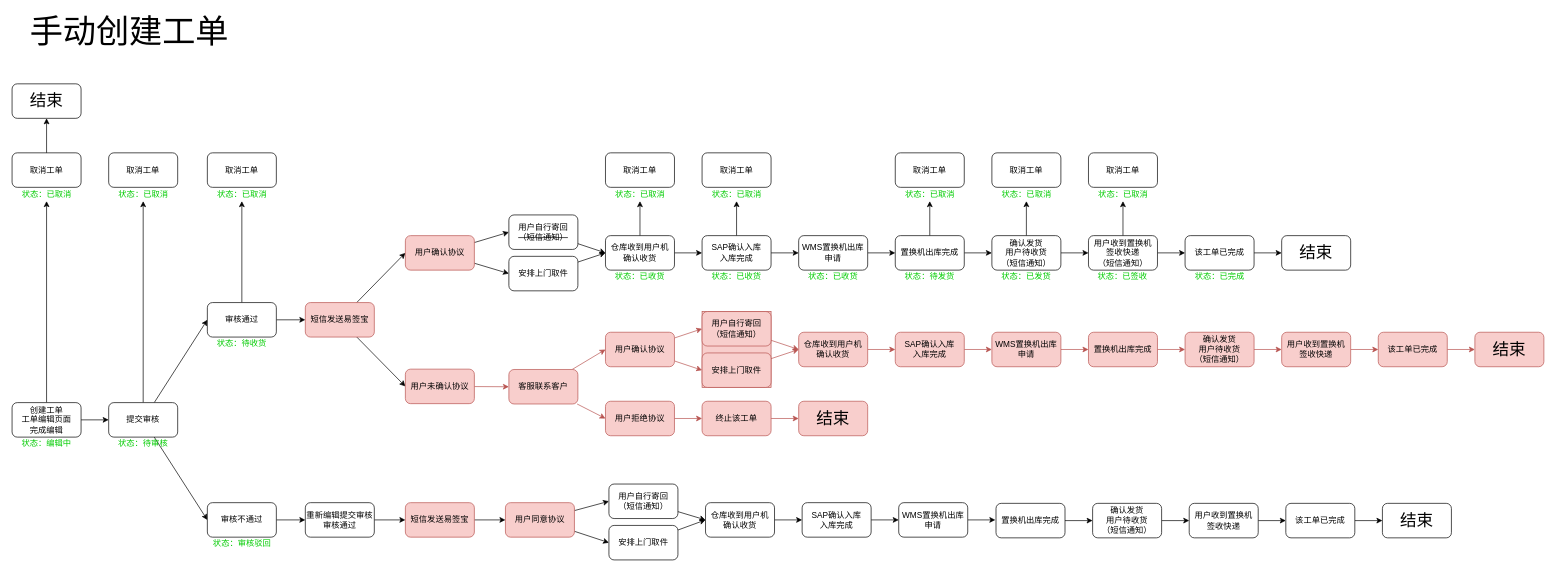
ErbanZ/DOG keeps this draw.io diagram as 场景.drawio. Above is the earlier version. Source tidied: cells renumbered, new cells numbered last; positions are measured from the earlier drawing's top-left corner, leaving out a move shared by most shapes. Both pictures are drawn from the tidied source at 69%, with x=0, y=0 at pixel (12, 14).
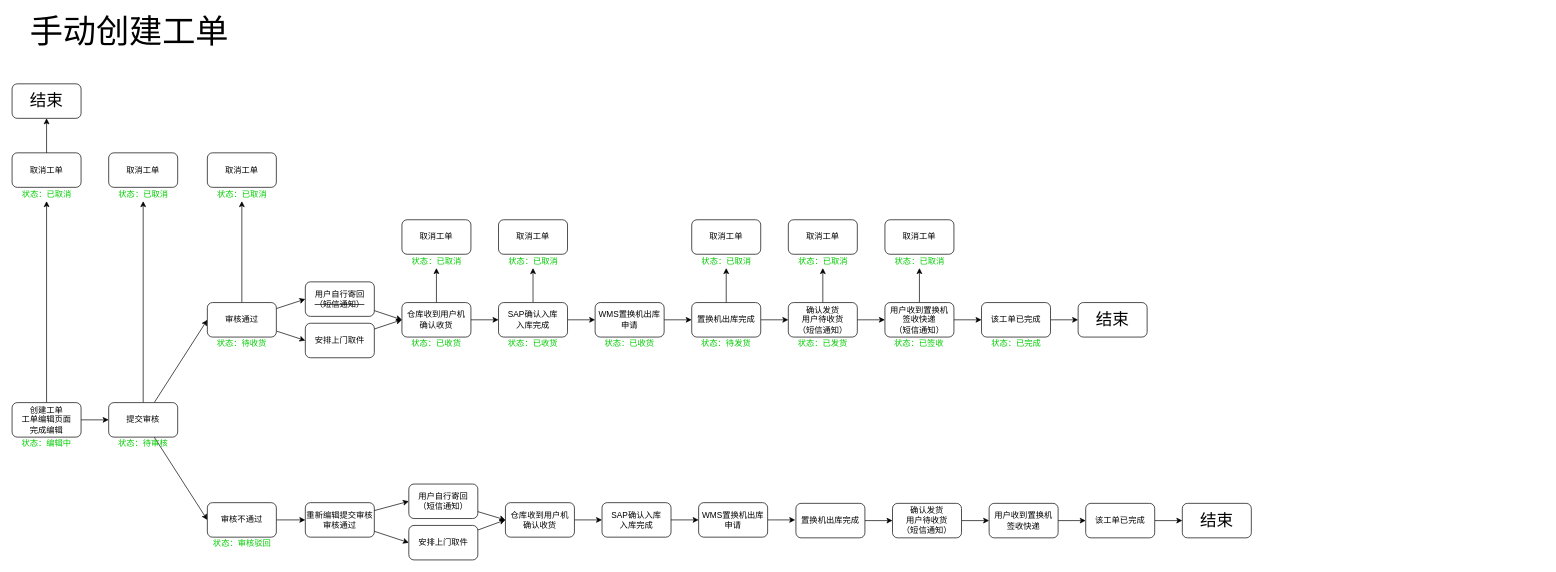
The same page after the edit.

The change refers to these unchanged cells:
```xml
<mxCell id="12" value="审核通过" style="rounded=1;whiteSpace=wrap;html=1;" parent="1" vertex="1">
  <mxGeometry x="283" y="417" width="100" height="50" as="geometry" />
</mxCell>
<mxCell id="23" value="用户自行寄回&lt;br&gt;&lt;strike&gt;（短信通知）&lt;/strike&gt;" style="rounded=1;whiteSpace=wrap;html=1;" parent="22" vertex="1">
  <mxGeometry width="100" height="50" as="geometry" />
</mxCell>
<mxCell id="24" value="安排上门取件" style="rounded=1;whiteSpace=wrap;html=1;" parent="22" vertex="1">
  <mxGeometry y="60" width="100" height="50" as="geometry" />
</mxCell>
<mxCell id="38" value="重新编辑提交审核&lt;br&gt;审核通过" style="rounded=1;whiteSpace=wrap;html=1;" parent="1" vertex="1">
  <mxGeometry x="425" y="707" width="100" height="50" as="geometry" />
</mxCell>
<mxCell id="47" value="用户自行寄回&lt;br&gt;（短信通知）" style="rounded=1;whiteSpace=wrap;html=1;" parent="46" vertex="1">
  <mxGeometry width="100" height="50" as="geometry" />
</mxCell>
<mxCell id="48" value="安排上门取件" style="rounded=1;whiteSpace=wrap;html=1;" parent="46" vertex="1">
  <mxGeometry y="60" width="100" height="50" as="geometry" />
</mxCell>
```

The edit, as a diff of the source:
```diff
@@
-    <mxCell id="10" style="edgeStyle=none;rounded=0;jettySize=auto;html=1;entryX=0;entryY=0.5;entryDx=0;entryDy=0;" parent="1" edge="1" source="12" target="15">
-      <mxGeometry relative="1" as="geometry" />
-    </mxCell>
@@
+    <mxCell id="143" style="edgeStyle=none;rounded=0;jettySize=auto;html=1;entryX=0;entryY=0.5;entryDx=0;entryDy=0;" parent="1" edge="1" source="12" target="23">
+      <mxGeometry relative="1" as="geometry" />
+    </mxCell>
+    <mxCell id="144" style="edgeStyle=none;rounded=0;jettySize=auto;html=1;entryX=0;entryY=0.5;entryDx=0;entryDy=0;" parent="1" edge="1" source="12" target="24">
+      <mxGeometry relative="1" as="geometry" />
+    </mxCell>
@@
-    <mxCell id="13" style="edgeStyle=none;rounded=0;jettySize=auto;html=1;entryX=0;entryY=0.5;entryDx=0;entryDy=0;" parent="1" edge="1" source="15" target="18">
-      <mxGeometry relative="1" as="geometry" />
-    </mxCell>
-    <mxCell id="14" style="edgeStyle=none;rounded=0;jettySize=auto;html=1;entryX=0;entryY=0.5;entryDx=0;entryDy=0;" parent="1" edge="1" source="15" target="54">
-      <mxGeometry relative="1" as="geometry" />
-    </mxCell>
-    <mxCell id="15" value="短信发送易签宝" style="rounded=1;whiteSpace=wrap;html=1;fillColor=#f8cecc;strokeColor=#b85450;" parent="1" vertex="1">
-      <mxGeometry x="425" y="417" width="100" height="50" as="geometry" />
-    </mxCell>
-    <mxCell id="16" style="edgeStyle=none;rounded=0;jettySize=auto;html=1;entryX=0;entryY=0.5;entryDx=0;entryDy=0;" parent="1" edge="1" source="18" target="23">
-      <mxGeometry relative="1" as="geometry" />
-    </mxCell>
-    <mxCell id="17" style="edgeStyle=none;rounded=0;jettySize=auto;html=1;entryX=0;entryY=0.5;entryDx=0;entryDy=0;" parent="1" edge="1" source="18" target="24">
-      <mxGeometry relative="1" as="geometry" />
-    </mxCell>
-    <mxCell id="18" value="用户确认协议" style="rounded=1;whiteSpace=wrap;html=1;fillColor=#f8cecc;strokeColor=#b85450;" parent="1" vertex="1">
-      <mxGeometry x="570" y="320" width="100" height="50" as="geometry" />
-    </mxCell>
@@
     <mxCell id="21" value="仓库收到用户机&lt;br&gt;确认收货" style="rounded=1;whiteSpace=wrap;html=1;" parent="1" vertex="1">
-      <mxGeometry x="860" y="320" width="100" height="50" as="geometry" />
+      <mxGeometry x="565" y="417" width="100" height="50" as="geometry" />
     </mxCell>
     <mxCell id="22" style="group;" parent="1" vertex="1">
-      <mxGeometry x="720" y="290" width="100" height="110" as="geometry" />
+      <mxGeometry x="425" y="387" width="100" height="110" as="geometry" />
     </mxCell>
@@
     <mxCell id="27" value="SAP确认入库&lt;br&gt;入库完成" style="rounded=1;whiteSpace=wrap;html=1;" parent="1" vertex="1">
-      <mxGeometry x="1000" y="320" width="100" height="50" as="geometry" />
+      <mxGeometry x="705" y="417" width="100" height="50" as="geometry" />
     </mxCell>
     <mxCell id="28" style="edgeStyle=none;rounded=0;jettySize=auto;html=1;entryX=0;entryY=0.5;entryDx=0;entryDy=0;" parent="1" edge="1" source="29">
       <mxGeometry relative="1" as="geometry">
-        <mxPoint x="1280" y="345" as="targetPoint" />
+        <mxPoint x="985" y="442" as="targetPoint" />
       </mxGeometry>
     </mxCell>
     <mxCell id="29" value="WMS置换机出库申请" style="rounded=1;whiteSpace=wrap;html=1;" parent="1" vertex="1">
-      <mxGeometry x="1140" y="320" width="100" height="50" as="geometry" />
+      <mxGeometry x="845" y="417" width="100" height="50" as="geometry" />
     </mxCell>
@@
     <mxCell id="32" value="用户收到置换机&lt;br&gt;签收快递&lt;br&gt;（短信通知）" style="rounded=1;whiteSpace=wrap;html=1;" parent="1" vertex="1">
-      <mxGeometry x="1560" y="320" width="100" height="50" as="geometry" />
+      <mxGeometry x="1265" y="417" width="100" height="50" as="geometry" />
     </mxCell>
@@
     <mxCell id="34" value="该工单已完成" style="rounded=1;whiteSpace=wrap;html=1;" parent="1" vertex="1">
-      <mxGeometry x="1700" y="320" width="100" height="50" as="geometry" />
+      <mxGeometry x="1405" y="417" width="100" height="50" as="geometry" />
     </mxCell>
@@
-    <mxCell id="37" style="edgeStyle=none;rounded=0;jettySize=auto;html=1;entryX=0;entryY=0.5;entryDx=0;entryDy=0;" parent="1" edge="1" source="38" target="40">
-      <mxGeometry relative="1" as="geometry" />
-    </mxCell>
@@
-    <mxCell id="39" style="edgeStyle=none;rounded=0;jettySize=auto;html=1;entryX=0;entryY=0.5;entryDx=0;entryDy=0;" parent="1" edge="1" source="40" target="43">
-      <mxGeometry relative="1" as="geometry" />
-    </mxCell>
-    <mxCell id="40" value="短信发送易签宝" style="rounded=1;whiteSpace=wrap;html=1;fillColor=#f8cecc;strokeColor=#b85450;" parent="1" vertex="1">
-      <mxGeometry x="570" y="707" width="100" height="50" as="geometry" />
-    </mxCell>
-    <mxCell id="41" style="edgeStyle=none;rounded=0;jettySize=auto;html=1;entryX=0;entryY=0.5;entryDx=0;entryDy=0;" parent="1" edge="1" source="43" target="47">
-      <mxGeometry relative="1" as="geometry" />
+    <mxCell id="41" style="edgeStyle=none;rounded=0;jettySize=auto;html=1;entryX=0;entryY=0.5;entryDx=0;entryDy=0;" parent="1" edge="1" target="47">
+      <mxGeometry relative="1" as="geometry">
+        <mxPoint x="525" y="718.5" as="sourcePoint" />
+      </mxGeometry>
     </mxCell>
-    <mxCell id="42" style="edgeStyle=none;rounded=0;jettySize=auto;html=1;entryX=0;entryY=0.5;entryDx=0;entryDy=0;" parent="1" edge="1" source="43" target="48">
-      <mxGeometry relative="1" as="geometry" />
+    <mxCell id="42" style="edgeStyle=none;rounded=0;jettySize=auto;html=1;entryX=0;entryY=0.5;entryDx=0;entryDy=0;" parent="1" edge="1" target="48">
+      <mxGeometry relative="1" as="geometry">
+        <mxPoint x="525" y="748.5" as="sourcePoint" />
+      </mxGeometry>
     </mxCell>
-    <mxCell id="43" value="用户同意协议" style="rounded=1;whiteSpace=wrap;html=1;fillColor=#f8cecc;strokeColor=#b85450;" parent="1" vertex="1">
-      <mxGeometry x="715" y="707" width="100" height="50" as="geometry" />
-    </mxCell>
@@
     <mxCell id="45" value="仓库收到用户机&lt;br&gt;确认收货" style="rounded=1;whiteSpace=wrap;html=1;" parent="1" vertex="1">
-      <mxGeometry x="1005" y="707" width="100" height="50" as="geometry" />
+      <mxGeometry x="715" y="707" width="100" height="50" as="geometry" />
     </mxCell>
     <mxCell id="46" style="group;" parent="1" vertex="1">
-      <mxGeometry x="865" y="680" width="100" height="110" as="geometry" />
+      <mxGeometry x="575" y="680" width="100" height="110" as="geometry" />
     </mxCell>
@@
     <mxCell id="50" value="SAP确认入库&lt;br&gt;入库完成" style="rounded=1;whiteSpace=wrap;html=1;" parent="1" vertex="1">
-      <mxGeometry x="1145" y="707" width="100" height="50" as="geometry" />
+      <mxGeometry x="855" y="707" width="100" height="50" as="geometry" />
     </mxCell>
     <mxCell id="51" style="edgeStyle=none;rounded=0;orthogonalLoop=1;jettySize=auto;html=1;entryX=0;entryY=0.5;entryDx=0;entryDy=0;" parent="1" edge="1">
       <mxGeometry relative="1" as="geometry">
-        <mxPoint x="1385" y="732" as="sourcePoint" />
-        <mxPoint x="1425" y="732" as="targetPoint" />
+        <mxPoint x="1095" y="732" as="sourcePoint" />
+        <mxPoint x="1135" y="732" as="targetPoint" />
       </mxGeometry>
     </mxCell>
     <mxCell id="52" value="WMS置换机出库申请" style="rounded=1;whiteSpace=wrap;html=1;" parent="1" vertex="1">
-      <mxGeometry x="1285" y="707" width="100" height="50" as="geometry" />
+      <mxGeometry x="995" y="707" width="100" height="50" as="geometry" />
     </mxCell>
-    <mxCell id="53" style="edgeStyle=none;rounded=0;jettySize=auto;html=1;entryX=0;entryY=0.5;entryDx=0;entryDy=0;fillColor=#f8cecc;strokeColor=#b85450;" parent="1" edge="1" source="54" target="57">
-      <mxGeometry relative="1" as="geometry" />
-    </mxCell>
-    <mxCell id="54" value="用户未确认协议" style="rounded=1;whiteSpace=wrap;html=1;fillColor=#f8cecc;strokeColor=#b85450;" parent="1" vertex="1">
-      <mxGeometry x="570" y="513.5" width="100" height="50" as="geometry" />
-    </mxCell>
-    <mxCell id="55" style="edgeStyle=none;rounded=0;jettySize=auto;html=1;entryX=0;entryY=0.5;entryDx=0;entryDy=0;fillColor=#f8cecc;strokeColor=#b85450;" parent="1" edge="1" source="57" target="64">
-      <mxGeometry relative="1" as="geometry" />
-    </mxCell>
-    <mxCell id="56" style="edgeStyle=none;rounded=0;jettySize=auto;html=1;entryX=0;entryY=0.5;entryDx=0;entryDy=0;fillColor=#f8cecc;strokeColor=#b85450;" parent="1" edge="1" source="57" target="66">
-      <mxGeometry relative="1" as="geometry" />
-    </mxCell>
-    <mxCell id="57" value="客服联系客户" style="rounded=1;whiteSpace=wrap;html=1;fillColor=#f8cecc;strokeColor=#b85450;" parent="1" vertex="1">
-      <mxGeometry x="720" y="514" width="100" height="50" as="geometry" />
-    </mxCell>
-    <mxCell id="58" style="edgeStyle=none;rounded=0;jettySize=auto;html=1;entryX=0;entryY=0.5;entryDx=0;entryDy=0;fillColor=#f8cecc;strokeColor=#b85450;" parent="1" edge="1" source="59" target="60">
-      <mxGeometry relative="1" as="geometry" />
-    </mxCell>
-    <mxCell id="59" value="终止该工单" style="rounded=1;whiteSpace=wrap;html=1;fillColor=#f8cecc;strokeColor=#b85450;" parent="1" vertex="1">
-      <mxGeometry x="1000" y="560" width="100" height="50" as="geometry" />
-    </mxCell>
-    <mxCell id="60" value="&lt;font style=&quot;font-size: 24px&quot;&gt;结束&lt;/font&gt;" style="rounded=1;whiteSpace=wrap;html=1;fillColor=#f8cecc;strokeColor=#b85450;" parent="1" vertex="1">
-      <mxGeometry x="1140" y="560" width="100" height="50" as="geometry" />
-    </mxCell>
     <mxCell id="61" value="&lt;font style=&quot;font-size: 24px&quot;&gt;结束&lt;/font&gt;" style="rounded=1;whiteSpace=wrap;html=1;" parent="1" vertex="1">
-      <mxGeometry x="1840" y="320" width="100" height="50" as="geometry" />
+      <mxGeometry x="1545" y="417" width="100" height="50" as="geometry" />
     </mxCell>
-    <mxCell id="62" style="edgeStyle=none;rounded=0;jettySize=auto;html=1;entryX=0;entryY=0.5;entryDx=0;entryDy=0;fillColor=#f8cecc;strokeColor=#b85450;" parent="1" edge="1" source="64" target="70">
-      <mxGeometry relative="1" as="geometry" />
-    </mxCell>
-    <mxCell id="63" style="edgeStyle=none;rounded=0;jettySize=auto;html=1;entryX=0;entryY=0.5;entryDx=0;entryDy=0;fillColor=#f8cecc;strokeColor=#b85450;" parent="1" edge="1" source="64" target="71">
-      <mxGeometry relative="1" as="geometry" />
-    </mxCell>
-    <mxCell id="64" value="用户确认协议" style="rounded=1;whiteSpace=wrap;html=1;fillColor=#f8cecc;strokeColor=#b85450;" parent="1" vertex="1">
-      <mxGeometry x="860" y="460" width="100" height="50" as="geometry" />
-    </mxCell>
-    <mxCell id="65" style="edgeStyle=none;rounded=0;jettySize=auto;html=1;entryX=0;entryY=0.5;entryDx=0;entryDy=0;fillColor=#f8cecc;strokeColor=#b85450;" parent="1" edge="1" source="66" target="59">
-      <mxGeometry relative="1" as="geometry" />
-    </mxCell>
-    <mxCell id="66" value="用户拒绝协议" style="rounded=1;whiteSpace=wrap;html=1;fillColor=#f8cecc;strokeColor=#b85450;" parent="1" vertex="1">
-      <mxGeometry x="860" y="560" width="100" height="50" as="geometry" />
-    </mxCell>
-    <mxCell id="67" style="edgeStyle=none;rounded=0;jettySize=auto;html=1;entryX=0;entryY=0.5;entryDx=0;entryDy=0;fillColor=#f8cecc;strokeColor=#b85450;" parent="1" edge="1" source="68" target="73">
-      <mxGeometry relative="1" as="geometry" />
-    </mxCell>
-    <mxCell id="68" value="仓库收到用户机&lt;br&gt;确认收货" style="rounded=1;whiteSpace=wrap;html=1;fillColor=#f8cecc;strokeColor=#b85450;" parent="1" vertex="1">
-      <mxGeometry x="1140" y="460" width="100" height="50" as="geometry" />
-    </mxCell>
-    <mxCell id="69" style="group;fillColor=#f8cecc;strokeColor=#b85450;" parent="1" vertex="1">
-      <mxGeometry x="1000" y="430" width="100" height="110" as="geometry" />
-    </mxCell>
-    <mxCell id="70" value="用户自行寄回&lt;br&gt;（短信通知）" style="rounded=1;whiteSpace=wrap;html=1;fillColor=#f8cecc;strokeColor=#b85450;" parent="69" vertex="1">
-      <mxGeometry width="100" height="50" as="geometry" />
-    </mxCell>
-    <mxCell id="71" value="安排上门取件" style="rounded=1;whiteSpace=wrap;html=1;fillColor=#f8cecc;strokeColor=#b85450;" parent="69" vertex="1">
-      <mxGeometry y="60" width="100" height="50" as="geometry" />
-    </mxCell>
-    <mxCell id="72" style="edgeStyle=none;rounded=0;jettySize=auto;html=1;entryX=0;entryY=0.5;entryDx=0;entryDy=0;fillColor=#f8cecc;strokeColor=#b85450;" parent="1" edge="1" source="73" target="75">
-      <mxGeometry relative="1" as="geometry" />
-    </mxCell>
-    <mxCell id="73" value="SAP确认入库&lt;br&gt;入库完成" style="rounded=1;whiteSpace=wrap;html=1;fillColor=#f8cecc;strokeColor=#b85450;" parent="1" vertex="1">
-      <mxGeometry x="1280" y="460" width="100" height="50" as="geometry" />
-    </mxCell>
-    <mxCell id="74" style="edgeStyle=none;rounded=0;jettySize=auto;html=1;entryX=0;entryY=0.5;entryDx=0;entryDy=0;fillColor=#f8cecc;strokeColor=#b85450;" parent="1" edge="1" source="75">
-      <mxGeometry relative="1" as="geometry">
-        <mxPoint x="1560" y="485" as="targetPoint" />
-      </mxGeometry>
-    </mxCell>
-    <mxCell id="75" value="WMS置换机出库申请" style="rounded=1;whiteSpace=wrap;html=1;fillColor=#f8cecc;strokeColor=#b85450;" parent="1" vertex="1">
-      <mxGeometry x="1420" y="460" width="100" height="50" as="geometry" />
-    </mxCell>
@@
-    <mxCell id="78" style="edgeStyle=none;rounded=0;jettySize=auto;html=1;entryX=0;entryY=0.5;entryDx=0;entryDy=0;fillColor=#f8cecc;strokeColor=#b85450;" parent="1" edge="1" source="70" target="68">
-      <mxGeometry relative="1" as="geometry" />
-    </mxCell>
-    <mxCell id="79" style="edgeStyle=none;rounded=0;jettySize=auto;html=1;entryX=0;entryY=0.5;entryDx=0;entryDy=0;fillColor=#f8cecc;strokeColor=#b85450;" parent="1" edge="1" source="71" target="68">
-      <mxGeometry relative="1" as="geometry" />
-    </mxCell>
@@
     <mxCell id="84" value="置换机出库完成&lt;br&gt;" style="rounded=1;whiteSpace=wrap;html=1;" parent="1" vertex="1">
-      <mxGeometry x="1280" y="320" width="100" height="50" as="geometry" />
+      <mxGeometry x="985" y="417" width="100" height="50" as="geometry" />
     </mxCell>
@@
     <mxCell id="87" value="&lt;span style=&quot;font-family: &amp;#34;helvetica&amp;#34;&quot;&gt;确认发货&lt;br&gt;用户待收货&lt;/span&gt;&lt;br style=&quot;font-family: &amp;#34;helvetica&amp;#34;&quot;&gt;&lt;span style=&quot;font-family: &amp;#34;helvetica&amp;#34;&quot;&gt;（短信通知）&lt;/span&gt;" style="rounded=1;whiteSpace=wrap;html=1;" parent="1" vertex="1">
-      <mxGeometry x="1420" y="320" width="100" height="50" as="geometry" />
+      <mxGeometry x="1125" y="417" width="100" height="50" as="geometry" />
     </mxCell>
-    <mxCell id="88" style="edgeStyle=none;rounded=0;jettySize=auto;html=1;entryX=0;entryY=0.5;entryDx=0;entryDy=0;fillColor=#f8cecc;strokeColor=#b85450;" parent="1" edge="1" source="89" target="91">
-      <mxGeometry relative="1" as="geometry" />
-    </mxCell>
-    <mxCell id="89" value="用户收到置换机&lt;br&gt;签收快递" style="rounded=1;whiteSpace=wrap;html=1;fillColor=#f8cecc;strokeColor=#b85450;" parent="1" vertex="1">
-      <mxGeometry x="1840" y="460" width="100" height="50" as="geometry" />
-    </mxCell>
-    <mxCell id="90" style="edgeStyle=none;rounded=0;jettySize=auto;html=1;entryX=0;entryY=0.5;entryDx=0;entryDy=0;fillColor=#f8cecc;strokeColor=#b85450;" parent="1" edge="1" source="91" target="92">
-      <mxGeometry relative="1" as="geometry" />
-    </mxCell>
-    <mxCell id="91" value="该工单已完成" style="rounded=1;whiteSpace=wrap;html=1;fillColor=#f8cecc;strokeColor=#b85450;" parent="1" vertex="1">
-      <mxGeometry x="1980" y="460" width="100" height="50" as="geometry" />
-    </mxCell>
-    <mxCell id="92" value="&lt;font style=&quot;font-size: 24px&quot;&gt;结束&lt;/font&gt;" style="rounded=1;whiteSpace=wrap;html=1;fillColor=#f8cecc;strokeColor=#b85450;" parent="1" vertex="1">
-      <mxGeometry x="2120" y="460" width="100" height="50" as="geometry" />
-    </mxCell>
-    <mxCell id="93" style="edgeStyle=orthogonalEdgeStyle;rounded=0;jettySize=auto;html=1;entryX=0;entryY=0.5;entryDx=0;entryDy=0;fillColor=#f8cecc;strokeColor=#b85450;" parent="1" edge="1" source="94" target="96">
-      <mxGeometry relative="1" as="geometry" />
-    </mxCell>
-    <mxCell id="94" value="置换机出库完成&lt;br&gt;" style="rounded=1;whiteSpace=wrap;html=1;fillColor=#f8cecc;strokeColor=#b85450;" parent="1" vertex="1">
-      <mxGeometry x="1560" y="460" width="100" height="50" as="geometry" />
-    </mxCell>
-    <mxCell id="95" style="edgeStyle=orthogonalEdgeStyle;rounded=0;jettySize=auto;html=1;entryX=0;entryY=0.5;entryDx=0;entryDy=0;fillColor=#f8cecc;strokeColor=#b85450;" parent="1" edge="1" source="96" target="89">
-      <mxGeometry relative="1" as="geometry" />
-    </mxCell>
-    <mxCell id="96" value="&lt;span style=&quot;font-family: &amp;#34;helvetica&amp;#34;&quot;&gt;确认发货&lt;br&gt;用户待收货&lt;/span&gt;&lt;br style=&quot;font-family: &amp;#34;helvetica&amp;#34;&quot;&gt;&lt;span style=&quot;font-family: &amp;#34;helvetica&amp;#34;&quot;&gt;（短信通知）&lt;/span&gt;" style="rounded=1;whiteSpace=wrap;html=1;fillColor=#f8cecc;strokeColor=#b85450;" parent="1" vertex="1">
-      <mxGeometry x="1700" y="460" width="100" height="50" as="geometry" />
-    </mxCell>
@@
     <mxCell id="98" value="用户收到置换机&lt;br&gt;签收快递" style="rounded=1;whiteSpace=wrap;html=1;" parent="1" vertex="1">
-      <mxGeometry x="1706" y="708" width="100" height="50" as="geometry" />
+      <mxGeometry x="1416" y="708" width="100" height="50" as="geometry" />
     </mxCell>
@@
     <mxCell id="100" value="该工单已完成" style="rounded=1;whiteSpace=wrap;html=1;" parent="1" vertex="1">
-      <mxGeometry x="1846" y="708" width="100" height="50" as="geometry" />
+      <mxGeometry x="1556" y="708" width="100" height="50" as="geometry" />
     </mxCell>
     <mxCell id="101" value="&lt;font style=&quot;font-size: 24px&quot;&gt;结束&lt;/font&gt;" style="rounded=1;whiteSpace=wrap;html=1;" parent="1" vertex="1">
-      <mxGeometry x="1986" y="708" width="100" height="50" as="geometry" />
+      <mxGeometry x="1696" y="708" width="100" height="50" as="geometry" />
     </mxCell>
@@
     <mxCell id="103" value="置换机出库完成&lt;br&gt;" style="rounded=1;whiteSpace=wrap;html=1;" parent="1" vertex="1">
-      <mxGeometry x="1426" y="708" width="100" height="50" as="geometry" />
+      <mxGeometry x="1136" y="708" width="100" height="50" as="geometry" />
     </mxCell>
@@
     <mxCell id="105" value="&lt;span style=&quot;font-family: &amp;#34;helvetica&amp;#34;&quot;&gt;确认发货&lt;br&gt;用户待收货&lt;/span&gt;&lt;br style=&quot;font-family: &amp;#34;helvetica&amp;#34;&quot;&gt;&lt;span style=&quot;font-family: &amp;#34;helvetica&amp;#34;&quot;&gt;（短信通知）&lt;/span&gt;" style="rounded=1;whiteSpace=wrap;html=1;" parent="1" vertex="1">
-      <mxGeometry x="1566" y="708" width="100" height="50" as="geometry" />
+      <mxGeometry x="1276" y="708" width="100" height="50" as="geometry" />
     </mxCell>
@@
     <mxCell id="110" value="&lt;font color=&quot;#00cc00&quot;&gt;状态：已收货&lt;/font&gt;" style="text;html=1;strokeColor=none;fillColor=none;align=center;verticalAlign=middle;whiteSpace=wrap;rounded=0;" parent="1" vertex="1">
-      <mxGeometry x="870" y="370" width="80" height="20" as="geometry" />
+      <mxGeometry x="575" y="467" width="80" height="20" as="geometry" />
     </mxCell>
     <mxCell id="111" value="&lt;font color=&quot;#00cc00&quot;&gt;状态：已收货&lt;/font&gt;" style="text;html=1;strokeColor=none;fillColor=none;align=center;verticalAlign=middle;whiteSpace=wrap;rounded=0;" parent="1" vertex="1">
-      <mxGeometry x="1010" y="370" width="80" height="20" as="geometry" />
+      <mxGeometry x="715" y="467" width="80" height="20" as="geometry" />
     </mxCell>
     <mxCell id="112" value="&lt;font color=&quot;#00cc00&quot;&gt;状态：待发货&lt;/font&gt;" style="text;html=1;strokeColor=none;fillColor=none;align=center;verticalAlign=middle;whiteSpace=wrap;rounded=0;" parent="1" vertex="1">
-      <mxGeometry x="1290" y="370" width="80" height="20" as="geometry" />
+      <mxGeometry x="995" y="467" width="80" height="20" as="geometry" />
     </mxCell>
     <mxCell id="113" value="&lt;font color=&quot;#00cc00&quot;&gt;状态：已发货&lt;/font&gt;" style="text;html=1;strokeColor=none;fillColor=none;align=center;verticalAlign=middle;whiteSpace=wrap;rounded=0;" parent="1" vertex="1">
-      <mxGeometry x="1430" y="370" width="80" height="20" as="geometry" />
+      <mxGeometry x="1135" y="467" width="80" height="20" as="geometry" />
     </mxCell>
     <mxCell id="114" value="&lt;font color=&quot;#00cc00&quot;&gt;状态：已完成&lt;/font&gt;" style="text;html=1;strokeColor=none;fillColor=none;align=center;verticalAlign=middle;whiteSpace=wrap;rounded=0;" parent="1" vertex="1">
-      <mxGeometry x="1706.5" y="370" width="87" height="20" as="geometry" />
+      <mxGeometry x="1411.5" y="467" width="87" height="20" as="geometry" />
     </mxCell>
     <mxCell id="115" value="&lt;font color=&quot;#00cc00&quot;&gt;状态：已签收&lt;/font&gt;" style="text;html=1;strokeColor=none;fillColor=none;align=center;verticalAlign=middle;whiteSpace=wrap;rounded=0;" parent="1" vertex="1">
-      <mxGeometry x="1566" y="370" width="87" height="20" as="geometry" />
+      <mxGeometry x="1271" y="467" width="87" height="20" as="geometry" />
     </mxCell>
@@
     <mxCell id="127" style="group;" parent="1" vertex="1">
-      <mxGeometry x="860" y="200" width="100" height="70" as="geometry" />
+      <mxGeometry x="565" y="297" width="100" height="70" as="geometry" />
     </mxCell>
@@
     <mxCell id="130" style="group;" parent="1" vertex="1">
-      <mxGeometry x="1000" y="200" width="100" height="70" as="geometry" />
+      <mxGeometry x="705" y="297" width="100" height="70" as="geometry" />
     </mxCell>
@@
     <mxCell id="133" style="group;" parent="1" vertex="1">
-      <mxGeometry x="1280" y="200" width="100" height="70" as="geometry" />
+      <mxGeometry x="985" y="297" width="100" height="70" as="geometry" />
     </mxCell>
@@
     <mxCell id="136" style="group;" parent="1" vertex="1">
-      <mxGeometry x="1420" y="200" width="100" height="70" as="geometry" />
+      <mxGeometry x="1125" y="297" width="100" height="70" as="geometry" />
     </mxCell>
@@
     <mxCell id="139" style="group;" parent="1" vertex="1">
-      <mxGeometry x="1560" y="200" width="100" height="70" as="geometry" />
+      <mxGeometry x="1265" y="297" width="100" height="70" as="geometry" />
     </mxCell>
@@
     <mxCell id="142" value="&lt;font color=&quot;#00cc00&quot;&gt;状态：已收货&lt;/font&gt;" style="text;html=1;strokeColor=none;fillColor=none;align=center;verticalAlign=middle;whiteSpace=wrap;rounded=0;" parent="1" vertex="1">
-      <mxGeometry x="1150" y="370" width="80" height="20" as="geometry" />
+      <mxGeometry x="855" y="467" width="80" height="20" as="geometry" />
     </mxCell>
```
